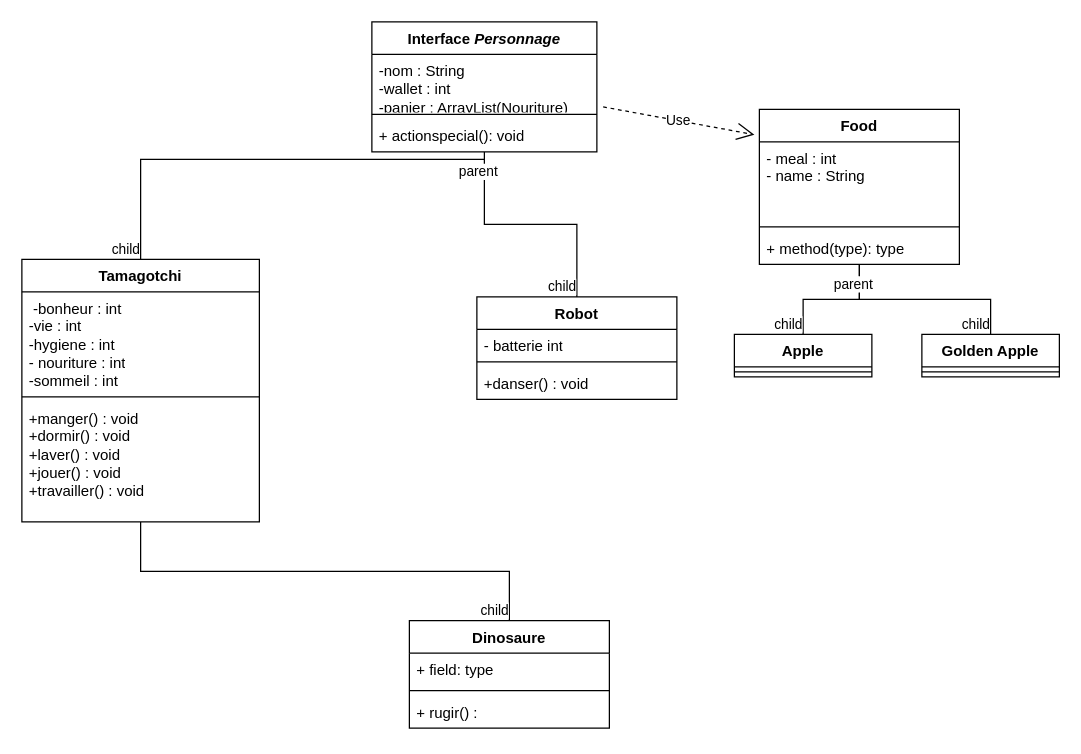
This is page "Page-2" (2 of 2) of Diagram.drawio from BMaurice56/Tamagotchi, a draw.io file, before an edit. Source tidied: cells renumbered, new cells numbered last; positions are measured from the earlier drawing's top-left corner, leaving out a move shared by most shapes. Both pictures are drawn from the tidied source at 125%, with x=0, y=0 at pixel (21, 21).
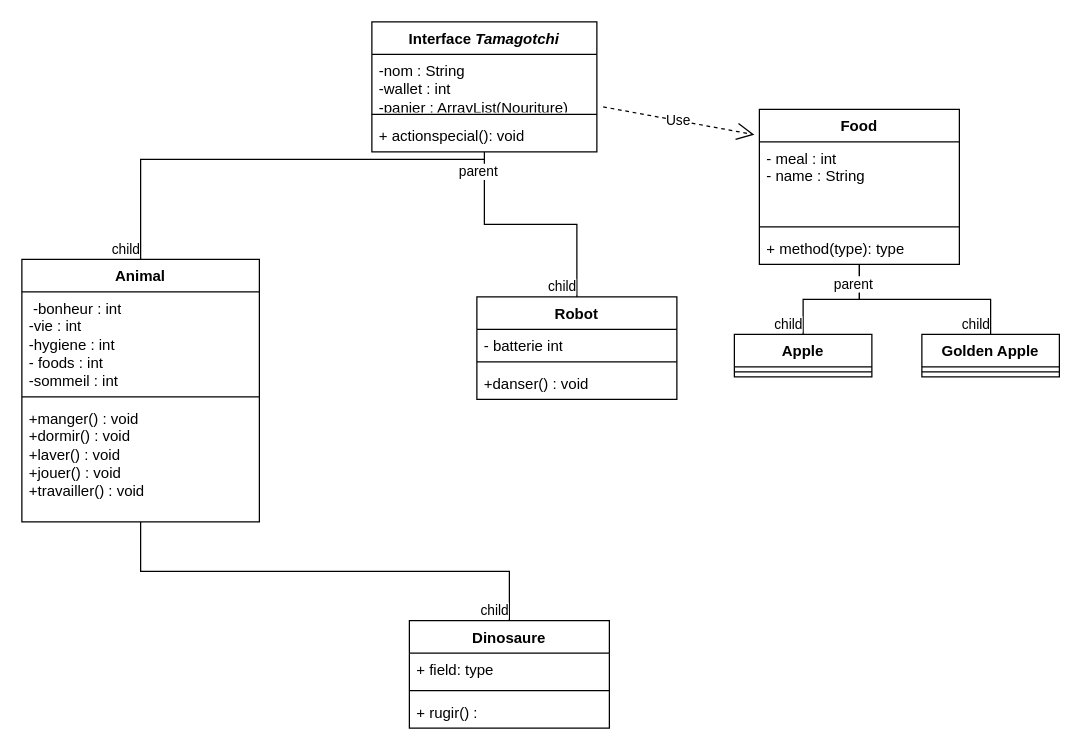
Above is the later version.

Commit message:
Mettre à jour Diagram.drawio

Change to the diagram source:
```diff
@@
-    <mxCell id="2" value="Interface &lt;i&gt;Personnage&lt;/i&gt;" style="swimlane;fontStyle=1;align=center;verticalAlign=top;horizontal=1;startSize=26;whiteSpace=wrap;html=1;" parent="1" vertex="1">
+    <mxCell id="2" value="Interface &lt;i&gt;Tamagotchi&lt;/i&gt;" style="swimlane;fontStyle=1;align=center;verticalAlign=top;horizontal=1;startSize=26;whiteSpace=wrap;html=1;" parent="1" vertex="1">
       <mxGeometry x="280" width="180" height="104" as="geometry" />
     </mxCell>
@@
-    <mxCell id="14" value="Tamagotchi" style="swimlane;fontStyle=1;align=center;verticalAlign=top;horizontal=1;startSize=26;whiteSpace=wrap;html=1;" parent="1" vertex="1">
+    <mxCell id="14" value="Animal" style="swimlane;fontStyle=1;align=center;verticalAlign=top;horizontal=1;startSize=26;whiteSpace=wrap;html=1;" parent="1" vertex="1">
       <mxGeometry y="190" width="190" height="210" as="geometry" />
     </mxCell>
-    <mxCell id="15" value="&lt;div&gt;&amp;nbsp;-bonheur : int&lt;br&gt;&lt;/div&gt;&lt;div&gt;-vie : int&lt;/div&gt;&lt;div&gt;-hygiene : int&lt;/div&gt;&lt;div&gt;- nouriture : int&lt;/div&gt;&lt;div&gt;-sommeil : int&lt;br&gt;&lt;/div&gt;&lt;div&gt;&lt;br&gt;&lt;/div&gt;" style="text;strokeColor=none;fillColor=none;align=left;verticalAlign=top;spacingLeft=4;spacingRight=4;overflow=hidden;whiteSpace=wrap;html=1;" parent="14" vertex="1">
+    <mxCell id="15" value="&lt;div&gt;&amp;nbsp;-bonheur : int&lt;br&gt;&lt;/div&gt;&lt;div&gt;-vie : int&lt;/div&gt;&lt;div&gt;-hygiene : int&lt;/div&gt;&lt;div&gt;- foods : int&lt;/div&gt;&lt;div&gt;-sommeil : int&lt;br&gt;&lt;/div&gt;&lt;div&gt;&lt;br&gt;&lt;/div&gt;" style="text;strokeColor=none;fillColor=none;align=left;verticalAlign=top;spacingLeft=4;spacingRight=4;overflow=hidden;whiteSpace=wrap;html=1;" parent="14" vertex="1">
       <mxGeometry y="26" width="190" height="80" as="geometry" />
     </mxCell>
```
